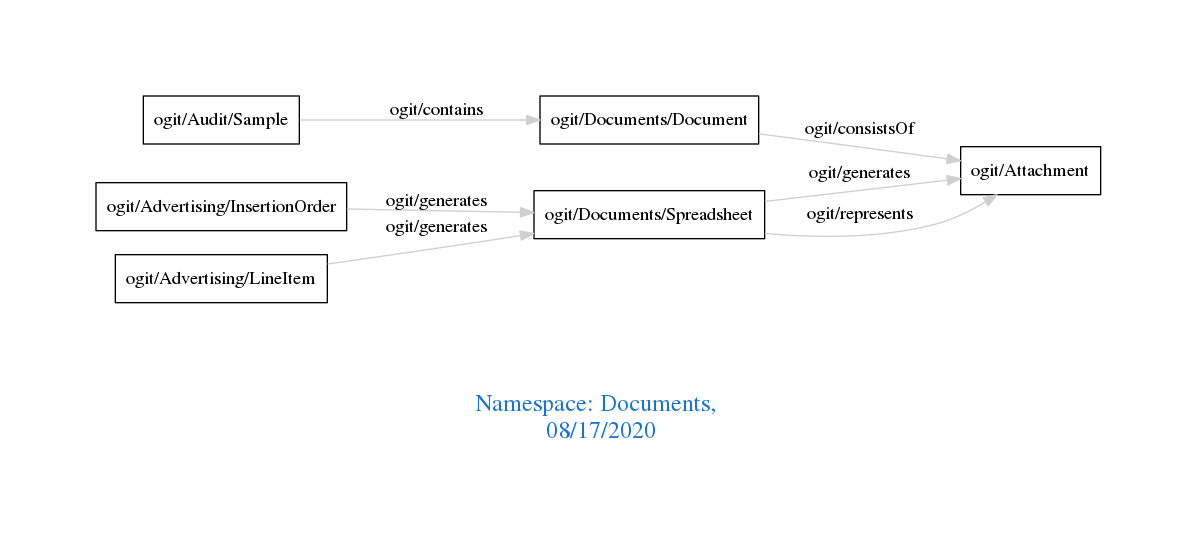
This is downloads/Documents.png from arago/OGIT, a Graphviz export, as it was before one commit. Its source is kept beside it as downloads/Documents.dot.
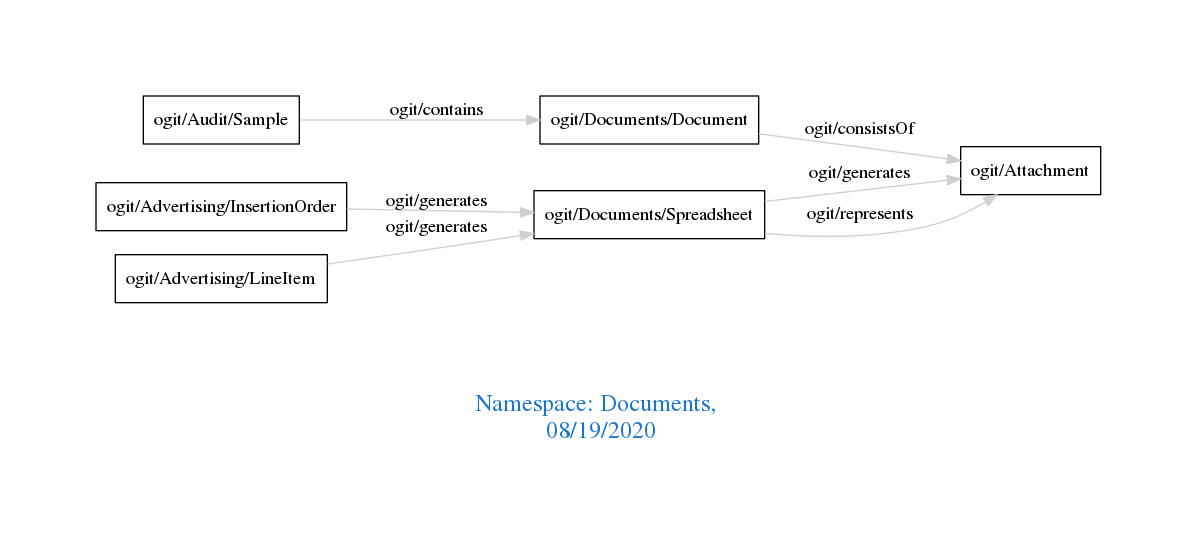
The same diagram one commit later.

The edit, as a diff of the source:
```diff
@@ -1,7 +1,7 @@
 digraph OGIT_ontology {
  graph [ rankdir= LR,pad=1
 fontsize = 18,
-fontcolor= dodgerblue3,label = "\n\n\nNamespace: Documents, \n 08/17/2020"];
+fontcolor= dodgerblue3,label = "\n\n\nNamespace: Documents, \n 08/19/2020"];
 node[shape=polygon];
 edge [  color="gray81"];
 
```
